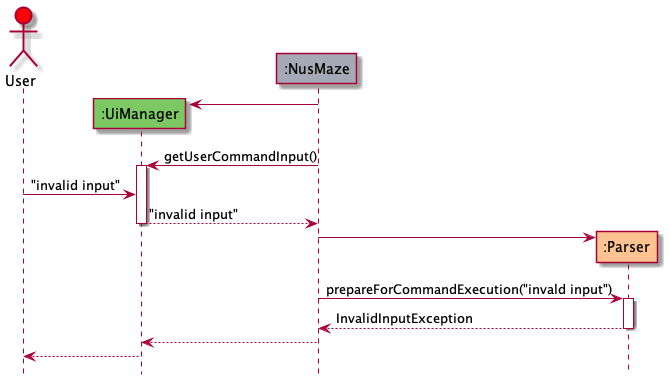
The PlantUML diagram docs/images/Parsersequencediagram.png in nus-cs2113-AY2021S2/tp, before a commit.
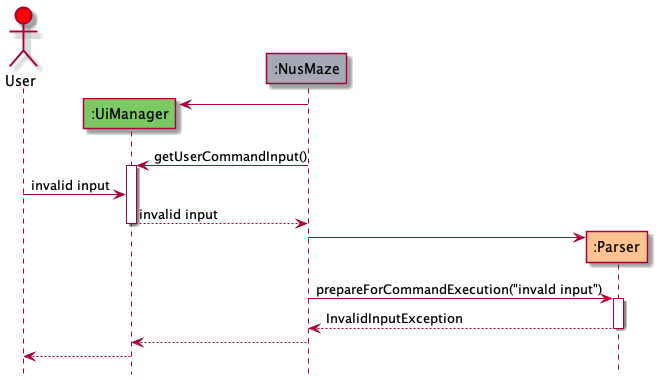
The same diagram one commit later.

Commit message:
Fixed parser component sequence diagram

Diff of the diagram source:
```diff
@@ -9,8 +9,8 @@
 create ui
 nusMaze -> ui
 nusMaze -> ui ++ : getUserCommandInput()
-user -> ui : "invalid input"
-return "invalid input"
+user -> ui : invalid input
+return invalid input
 
 create parser
 nusMaze -> parser
```
